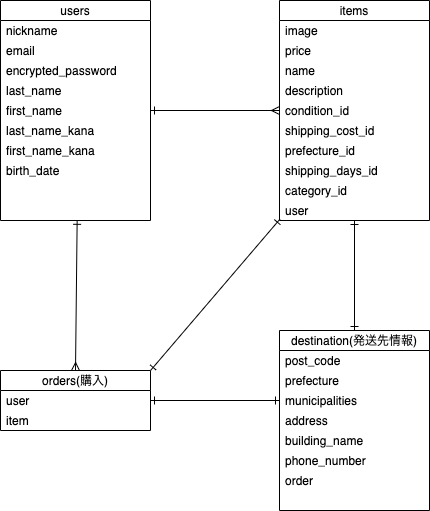
gaki-h/furima-37405 keeps this draw.io diagram as ER.drawio.png. Above is the earlier version. Source tidied: cells renumbered, new cells last; positions are measured from the earlier drawing's top-left corner, leaving out a move shared by most shapes.
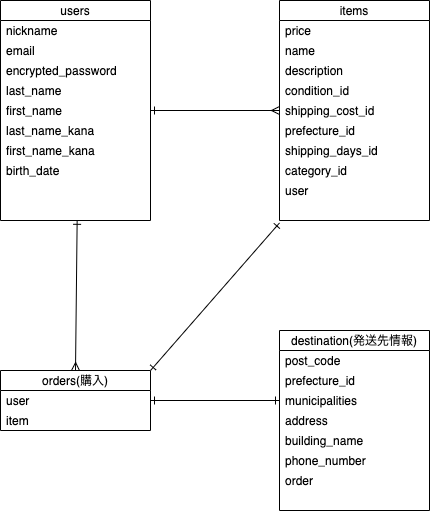
Later version of the same file.

The edit, as a diff of the source:
```diff
@@ -2,7 +2,7 @@
   <root>
     <mxCell id="0" />
     <mxCell id="1" parent="0" />
-    <mxCell id="2" style="edgeStyle=none;html=1;exitX=1;exitY=0.5;exitDx=0;exitDy=0;entryX=0;entryY=0.5;entryDx=0;entryDy=0;startArrow=ERone;startFill=0;endArrow=ERmany;endFill=0;elbow=vertical;" parent="1" edge="1" source="3" target="19">
+    <mxCell id="2" style="edgeStyle=none;html=1;exitX=1;exitY=0.5;exitDx=0;exitDy=0;entryX=0;entryY=0.5;entryDx=0;entryDy=0;startArrow=ERone;startFill=0;endArrow=ERmany;endFill=0;elbow=vertical;" parent="1" edge="1" source="3" target="20">
       <mxGeometry relative="1" as="geometry" />
     </mxCell>
     <mxCell id="3" value="users" style="swimlane;fontStyle=0;horizontal=1;startSize=20;" parent="1" vertex="1">
@@ -41,48 +41,43 @@
     <mxCell id="14" value="items" style="swimlane;fontStyle=0;horizontal=1;startSize=20;" parent="1" vertex="1">
       <mxGeometry x="279" width="150" height="220" as="geometry" />
     </mxCell>
-    <mxCell id="15" value="image" style="text;strokeColor=none;fillColor=none;align=left;verticalAlign=middle;spacingLeft=4;spacingRight=4;overflow=hidden;" parent="14" vertex="1">
-      <mxGeometry y="20" width="150" height="20" as="geometry" />
-    </mxCell>
     <mxCell id="16" value="price" style="text;strokeColor=none;fillColor=none;align=left;verticalAlign=middle;spacingLeft=4;spacingRight=4;overflow=hidden;" parent="14" vertex="1">
-      <mxGeometry y="40" width="150" height="20" as="geometry" />
+      <mxGeometry y="20" width="150" height="20" as="geometry" />
     </mxCell>
     <mxCell id="17" value="name" style="text;strokeColor=none;fillColor=none;align=left;verticalAlign=middle;spacingLeft=4;spacingRight=4;overflow=hidden;" parent="14" vertex="1">
-      <mxGeometry y="60" width="150" height="20" as="geometry" />
+      <mxGeometry y="40" width="150" height="20" as="geometry" />
     </mxCell>
     <mxCell id="18" value="description" style="text;strokeColor=none;fillColor=none;align=left;verticalAlign=middle;spacingLeft=4;spacingRight=4;overflow=hidden;" parent="14" vertex="1">
-      <mxGeometry y="80" width="150" height="20" as="geometry" />
+      <mxGeometry y="60" width="150" height="20" as="geometry" />
     </mxCell>
     <mxCell id="19" value="condition_id" style="text;strokeColor=none;fillColor=none;align=left;verticalAlign=middle;spacingLeft=4;spacingRight=4;overflow=hidden;points=[[0,0.5],[1,0.5]];portConstraint=eastwest;" parent="14" vertex="1">
-      <mxGeometry y="100" width="150" height="20" as="geometry" />
+      <mxGeometry y="80" width="150" height="20" as="geometry" />
     </mxCell>
     <mxCell id="20" value="shipping_cost_id" style="text;strokeColor=none;fillColor=none;align=left;verticalAlign=middle;spacingLeft=4;spacingRight=4;overflow=hidden;points=[[0,0.5],[1,0.5]];portConstraint=eastwest;" parent="14" vertex="1">
-      <mxGeometry y="120" width="150" height="20" as="geometry" />
+      <mxGeometry y="100" width="150" height="20" as="geometry" />
     </mxCell>
     <mxCell id="21" value="prefecture_id" style="text;strokeColor=none;fillColor=none;align=left;verticalAlign=middle;spacingLeft=4;spacingRight=4;overflow=hidden;" parent="14" vertex="1">
-      <mxGeometry y="140" width="150" height="20" as="geometry" />
+      <mxGeometry y="120" width="150" height="20" as="geometry" />
     </mxCell>
     <mxCell id="22" value="shipping_days_id" style="text;strokeColor=none;fillColor=none;align=left;verticalAlign=middle;spacingLeft=4;spacingRight=4;overflow=hidden;" parent="14" vertex="1">
-      <mxGeometry y="160" width="150" height="20" as="geometry" />
+      <mxGeometry y="140" width="150" height="20" as="geometry" />
     </mxCell>
     <mxCell id="23" value="category_id" style="text;strokeColor=none;fillColor=none;align=left;verticalAlign=middle;spacingLeft=4;spacingRight=4;overflow=hidden;" parent="14" vertex="1">
-      <mxGeometry y="180" width="150" height="20" as="geometry" />
+      <mxGeometry y="160" width="150" height="20" as="geometry" />
     </mxCell>
     <mxCell id="24" value="user" style="text;strokeColor=none;fillColor=none;align=left;verticalAlign=middle;spacingLeft=4;spacingRight=4;overflow=hidden;points=[[0,0.5],[1,0.5]];portConstraint=eastwest;" parent="14" vertex="1">
-      <mxGeometry y="200" width="150" height="20" as="geometry" />
+      <mxGeometry y="180" width="150" height="20" as="geometry" />
     </mxCell>
-    <mxCell id="25" style="edgeStyle=none;html=1;exitX=0.5;exitY=0;exitDx=0;exitDy=0;startArrow=ERone;startFill=0;endArrow=ERone;endFill=0;elbow=vertical;" parent="1" edge="1" source="26">
-      <mxGeometry relative="1" as="geometry">
-        <mxPoint x="354" y="220" as="targetPoint" />
-      </mxGeometry>
-    </mxCell>
+    <mxCell id="41" style="text;strokeColor=none;fillColor=none;align=left;verticalAlign=middle;spacingLeft=4;spacingRight=4;overflow=hidden;points=[[0,0.5],[1,0.5]];portConstraint=eastwest;" parent="14" vertex="1">
+      <mxGeometry y="200" width="150" height="20" as="geometry" />
+    </mxCell>
     <mxCell id="26" value="destination(発送先情報)" style="swimlane;fontStyle=0;horizontal=1;startSize=20;" parent="1" vertex="1">
       <mxGeometry x="279" y="330" width="150" height="180" as="geometry" />
     </mxCell>
     <mxCell id="27" value="post_code" style="text;strokeColor=none;fillColor=none;align=left;verticalAlign=middle;spacingLeft=4;spacingRight=4;overflow=hidden;" parent="26" vertex="1">
       <mxGeometry y="20" width="150" height="20" as="geometry" />
     </mxCell>
-    <mxCell id="28" value="prefecture" style="text;strokeColor=none;fillColor=none;align=left;verticalAlign=middle;spacingLeft=4;spacingRight=4;overflow=hidden;" parent="26" vertex="1">
+    <mxCell id="28" value="prefecture_id" style="text;strokeColor=none;fillColor=none;align=left;verticalAlign=middle;spacingLeft=4;spacingRight=4;overflow=hidden;" parent="26" vertex="1">
       <mxGeometry y="40" width="150" height="20" as="geometry" />
     </mxCell>
     <mxCell id="29" value="municipalities" style="text;strokeColor=none;fillColor=none;align=left;verticalAlign=middle;spacingLeft=4;spacingRight=4;overflow=hidden;points=[[0,0.5],[1,0.5]];portConstraint=eastwest;" parent="26" vertex="1">
@@ -106,7 +101,7 @@
     <mxCell id="35" style="edgeStyle=none;html=1;exitX=0.5;exitY=0;exitDx=0;exitDy=0;entryX=0.511;entryY=0.991;entryDx=0;entryDy=0;entryPerimeter=0;startArrow=ERmany;startFill=0;endArrow=ERone;endFill=0;elbow=vertical;" parent="1" edge="1" source="37" target="13">
       <mxGeometry relative="1" as="geometry" />
     </mxCell>
-    <mxCell id="36" style="edgeStyle=none;html=1;exitX=1;exitY=0;exitDx=0;exitDy=0;entryX=0.003;entryY=0.931;entryDx=0;entryDy=0;entryPerimeter=0;startArrow=ERone;startFill=0;endArrow=ERone;endFill=0;elbow=vertical;" parent="1" edge="1" source="37" target="24">
+    <mxCell id="36" style="edgeStyle=none;html=1;exitX=1;exitY=0;exitDx=0;exitDy=0;entryX=0;entryY=1.122;entryDx=0;entryDy=0;entryPerimeter=0;startArrow=ERone;startFill=0;endArrow=ERone;endFill=0;elbow=vertical;" parent="1" edge="1" source="37" target="41">
       <mxGeometry relative="1" as="geometry" />
     </mxCell>
     <mxCell id="37" value="orders(購入)" style="swimlane;fontStyle=0;horizontal=1;startSize=20;" parent="1" vertex="1">
```
